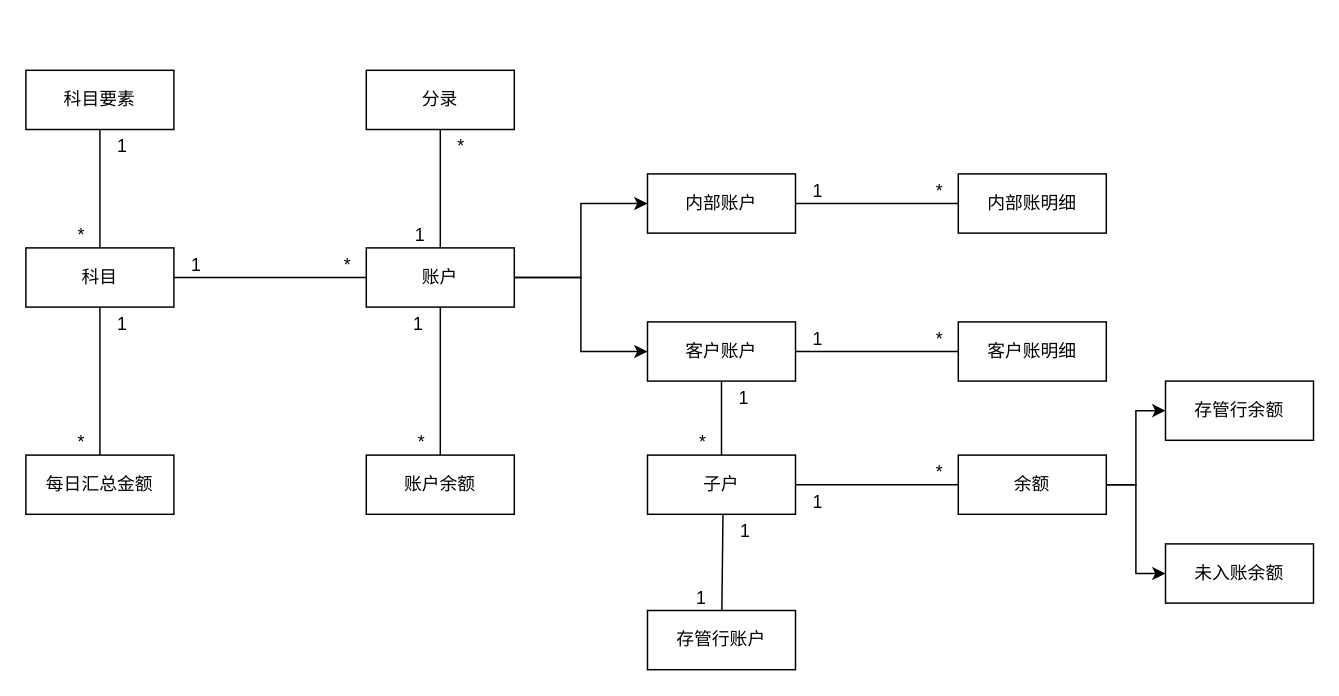
remind/doanything-docs keeps this draw.io diagram as 账务/design drawio/Account Diagram.drawio. Above is the earlier version. Source tidied: cells renumbered, new cells numbered last; positions are measured from the earlier drawing's top-left corner, leaving out a move shared by most shapes. Both pictures are drawn from the tidied source at 148%, with x=0, y=0 at pixel (25, 70).
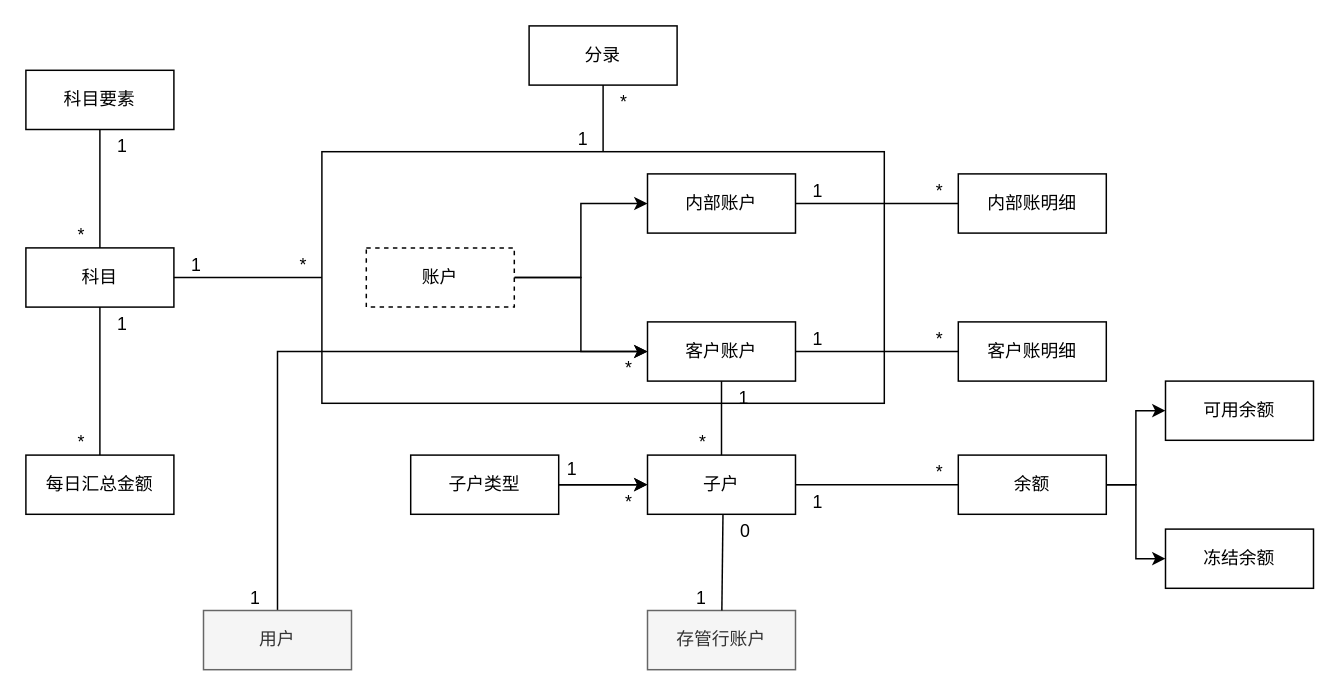
The same diagram, later.

Unchanged cells that the change refers to:
```xml
<mxCell id="5" value="科目" style="whiteSpace=wrap;html=1;align=center;" parent="1" vertex="1">
  <mxGeometry y="120" width="100" height="40" as="geometry" />
</mxCell>
<mxCell id="29" value="子户" style="whiteSpace=wrap;html=1;align=center;" parent="1" vertex="1">
  <mxGeometry x="420" y="260" width="100" height="40" as="geometry" />
</mxCell>
<mxCell id="33" value="客户账户" style="whiteSpace=wrap;html=1;align=center;" parent="1" vertex="1">
  <mxGeometry x="420" y="170" width="100" height="40" as="geometry" />
</mxCell>
<mxCell id="36" style="endArrow=none;html=1;rounded=0;" parent="1" edge="1" target="35">
  <mxGeometry relative="1" as="geometry">
    <mxPoint x="471" y="300" as="sourcePoint" />
  </mxGeometry>
</mxCell>
```

What changed in the source:
```diff
@@
+    <mxCell id="51" style="whiteSpace=wrap;html=1;" parent="1" vertex="1">
+      <mxGeometry x="200" y="55" width="380" height="170" as="geometry" />
+    </mxCell>
@@
-    <mxCell id="4" value="账户" style="whiteSpace=wrap;html=1;align=center;" parent="1" vertex="1">
+    <mxCell id="4" value="账户" style="whiteSpace=wrap;html=1;align=center;dashed=1;" parent="1" vertex="1">
       <mxGeometry x="230" y="120" width="100" height="40" as="geometry" />
     </mxCell>
@@
-    <mxCell id="7" style="endArrow=none;html=1;rounded=0;exitX=1;exitY=0.5;exitDx=0;exitDy=0;entryX=0;entryY=0.5;entryDx=0;entryDy=0;" parent="1" edge="1" source="5" target="4">
+    <mxCell id="7" style="endArrow=none;html=1;rounded=0;exitX=1;exitY=0.5;exitDx=0;exitDy=0;entryX=0;entryY=0.5;entryDx=0;entryDy=0;" parent="1" edge="1" source="5" target="51">
       <mxGeometry relative="1" as="geometry" />
     </mxCell>
@@
-    <mxCell id="10" style="endArrow=none;html=1;rounded=0;" parent="1" edge="1" source="4" target="13">
-      <mxGeometry relative="1" as="geometry" />
-    </mxCell>
-    <mxCell id="11" value="1" style="html=1;align=left;verticalAlign=bottom;" parent="10" vertex="1">
-      <mxGeometry x="-1" relative="1" as="geometry">
-        <mxPoint x="-20" y="20" as="offset" />
-      </mxGeometry>
-    </mxCell>
-    <mxCell id="12" value="*" style="html=1;align=right;verticalAlign=bottom;" parent="10" vertex="1">
-      <mxGeometry x="1" relative="1" as="geometry">
-        <mxPoint x="-10" as="offset" />
-      </mxGeometry>
-    </mxCell>
-    <mxCell id="13" value="账户余额" style="whiteSpace=wrap;html=1;align=center;" parent="1" vertex="1">
-      <mxGeometry x="230" y="260" width="100" height="40" as="geometry" />
-    </mxCell>
@@
     <mxCell id="21" value="分录" style="whiteSpace=wrap;html=1;align=center;" parent="1" vertex="1">
-      <mxGeometry x="230" width="100" height="40" as="geometry" />
+      <mxGeometry x="340" y="-30" width="100" height="40" as="geometry" />
     </mxCell>
-    <mxCell id="22" style="endArrow=none;html=1;rounded=0;" parent="1" edge="1" source="21" target="4">
+    <mxCell id="22" style="endArrow=none;html=1;rounded=0;entryX=0.5;entryY=0;entryDx=0;entryDy=0;" parent="1" edge="1" source="21" target="51">
       <mxGeometry relative="1" as="geometry" />
     </mxCell>
@@
-    <mxCell id="35" value="存管行账户" style="whiteSpace=wrap;html=1;align=center;" parent="1" vertex="1">
+    <mxCell id="35" value="存管行账户" style="whiteSpace=wrap;html=1;align=center;fillColor=#f5f5f5;fontColor=#333333;strokeColor=#666666;" parent="1" vertex="1">
       <mxGeometry x="420" y="365" width="100" height="40" as="geometry" />
     </mxCell>
@@
-    <mxCell id="37" value="1" style="html=1;align=left;verticalAlign=bottom;" parent="36" vertex="1">
+    <mxCell id="37" value="0" style="html=1;align=left;verticalAlign=bottom;" parent="36" vertex="1">
       <mxGeometry x="-1" relative="1" as="geometry">
         <mxPoint x="10" y="20" as="offset" />
       </mxGeometry>
     </mxCell>
@@
-    <mxCell id="45" value="存管行余额" style="whiteSpace=wrap;html=1;align=center;" parent="1" vertex="1">
+    <mxCell id="45" value="可用余额" style="whiteSpace=wrap;html=1;align=center;" parent="1" vertex="1">
       <mxGeometry x="770" y="210" width="100" height="40" as="geometry" />
     </mxCell>
-    <mxCell id="46" value="未入账余额" style="whiteSpace=wrap;html=1;align=center;" parent="1" vertex="1">
-      <mxGeometry x="770" y="320" width="100" height="40" as="geometry" />
+    <mxCell id="46" value="冻结余额" style="whiteSpace=wrap;html=1;align=center;" parent="1" vertex="1">
+      <mxGeometry x="770" y="310" width="100" height="40" as="geometry" />
     </mxCell>
@@
+    <mxCell id="52" style="edgeStyle=orthogonalEdgeStyle;rounded=0;jettySize=auto;html=1;entryX=0;entryY=0.5;entryDx=0;entryDy=0;" parent="1" edge="1" source="54" target="29">
+      <mxGeometry relative="1" as="geometry" />
+    </mxCell>
+    <mxCell id="53" style="edgeStyle=orthogonalEdgeStyle;rounded=0;jettySize=auto;html=1;" parent="1" edge="1" source="54" target="29">
+      <mxGeometry relative="1" as="geometry" />
+    </mxCell>
+    <mxCell id="54" value="子户类型" style="whiteSpace=wrap;html=1;align=center;" parent="1" vertex="1">
+      <mxGeometry x="260" y="260" width="100" height="40" as="geometry" />
+    </mxCell>
+    <mxCell id="55" value="*" style="html=1;align=right;verticalAlign=bottom;" parent="1" vertex="1">
+      <mxGeometry x="410" y="300" as="geometry" />
+    </mxCell>
+    <mxCell id="56" value="1" style="html=1;align=left;verticalAlign=bottom;" parent="1" vertex="1">
+      <mxGeometry x="490" y="240" as="geometry">
+        <mxPoint x="-126" y="38" as="offset" />
+      </mxGeometry>
+    </mxCell>
+    <mxCell id="57" style="edgeStyle=orthogonalEdgeStyle;rounded=0;jettySize=auto;html=1;entryX=0;entryY=0.5;entryDx=0;entryDy=0;exitX=0.5;exitY=0;exitDx=0;exitDy=0;" parent="1" edge="1" source="58" target="33">
+      <mxGeometry relative="1" as="geometry" />
+    </mxCell>
+    <mxCell id="58" value="用户" style="whiteSpace=wrap;html=1;align=center;fillColor=#f5f5f5;fontColor=#333333;strokeColor=#666666;" parent="1" vertex="1">
+      <mxGeometry x="120" y="365" width="100" height="40" as="geometry" />
+    </mxCell>
+    <mxCell id="59" value="1" style="html=1;align=left;verticalAlign=bottom;" parent="1" vertex="1">
+      <mxGeometry x="150" y="365" as="geometry" />
+    </mxCell>
+    <mxCell id="60" value="*" style="html=1;align=right;verticalAlign=bottom;" parent="1" vertex="1">
+      <mxGeometry x="410" y="210" as="geometry" />
+    </mxCell>
```
